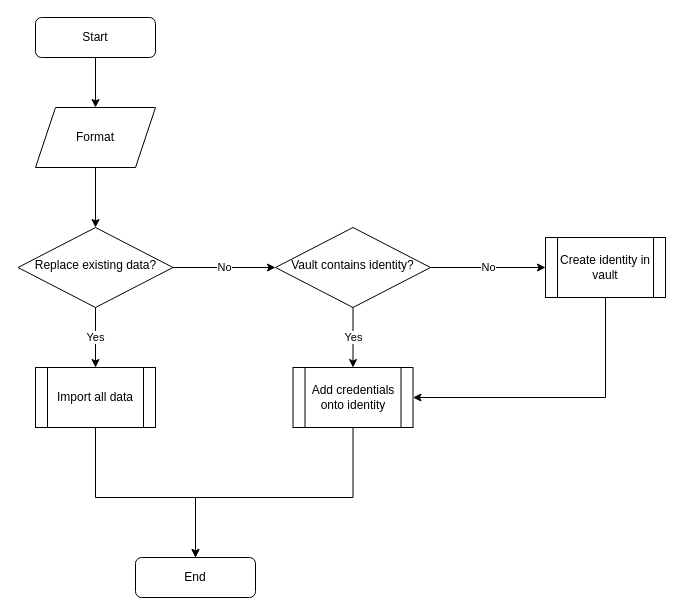
Above: page "Importing data" (4 of 5) of Designs/Diagrams/vIDsafe backend diagrams.drawio in 000xE/vIDsafe (draw.io), before the change. Source tidied: cells renumbered, new cells numbered last; positions are measured from the earlier drawing's top-left corner, leaving out a move shared by most shapes. Both pictures are drawn from the tidied source at 100%, with x=0, y=0 at pixel (17, 17).
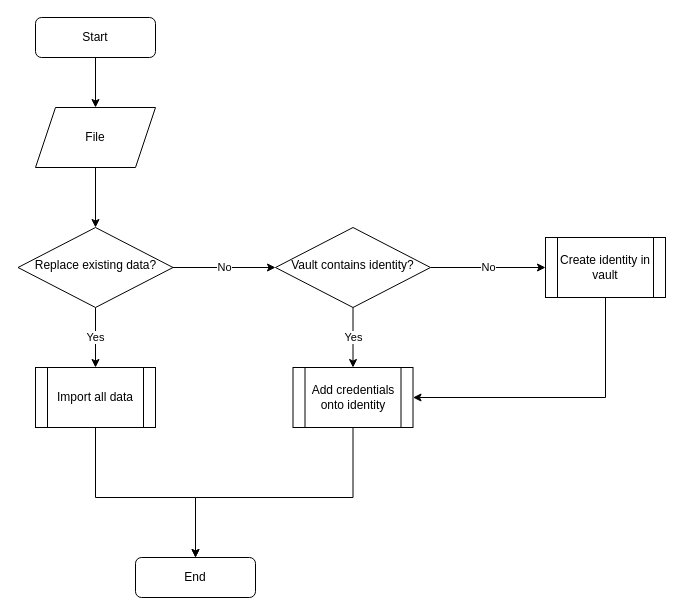
Above is the later version.

What changed in the source:
```diff
@@
-    <mxCell id="6" value="Format" style="shape=parallelogram;perimeter=parallelogramPerimeter;whiteSpace=wrap;html=1;fixedSize=1;" parent="1" vertex="1">
+    <mxCell id="6" value="File" style="shape=parallelogram;perimeter=parallelogramPerimeter;whiteSpace=wrap;html=1;fixedSize=1;" parent="1" vertex="1">
       <mxGeometry x="18" y="90" width="120" height="60" as="geometry" />
     </mxCell>
```
